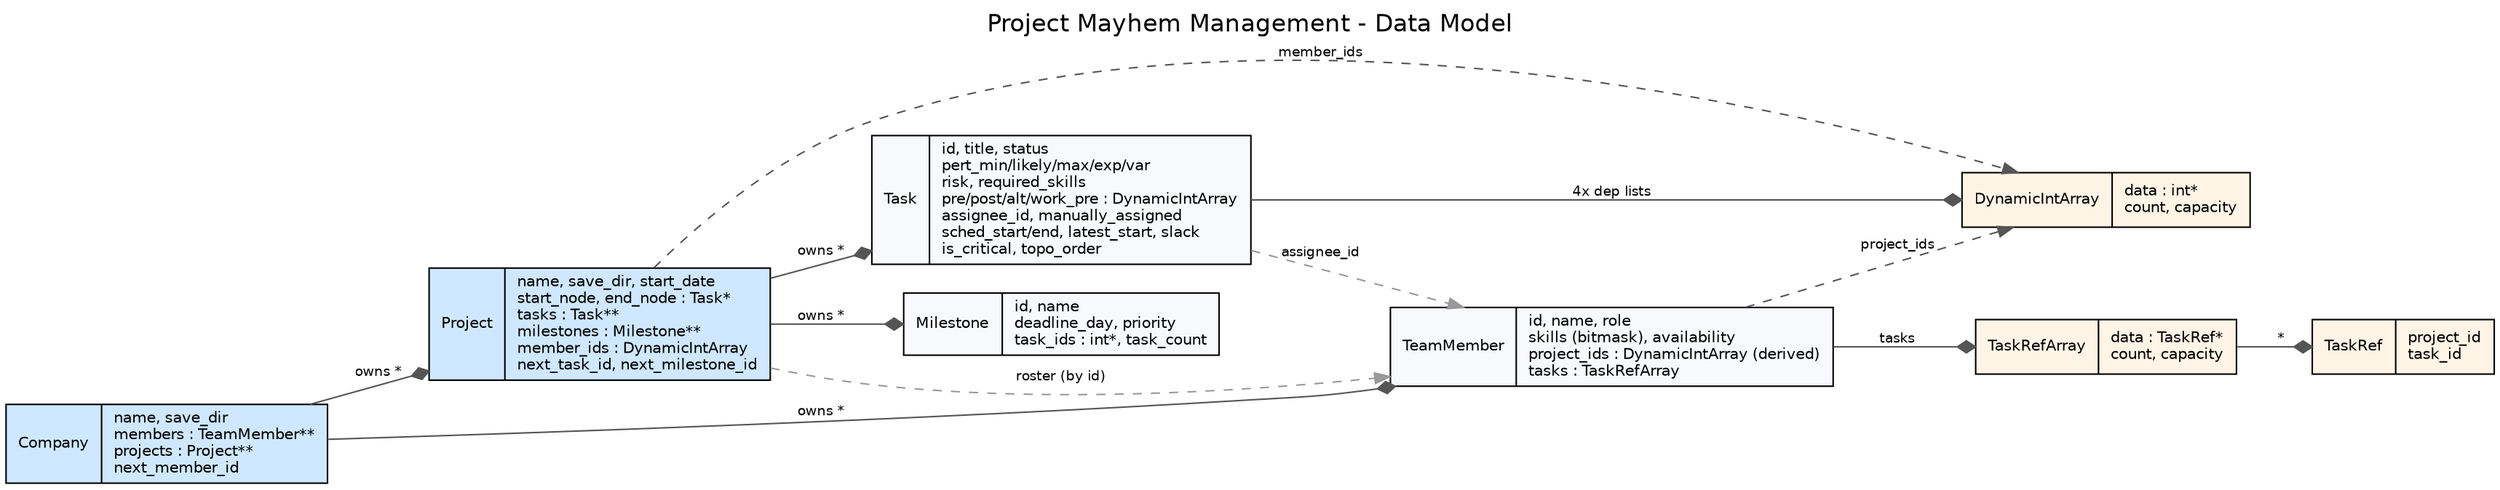
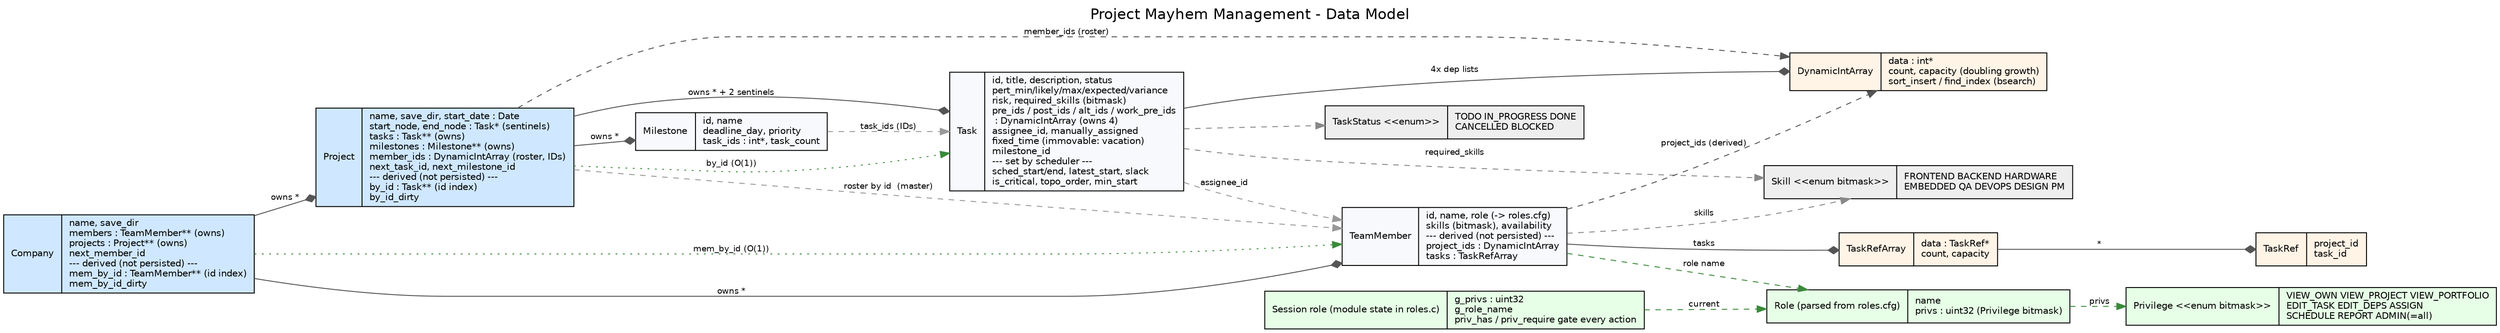
digraph datamodel {
  rankdir=LR;
  graph [fontname="Helvetica", label="Project Mayhem Management - Data Model", labelloc=t, fontsize=16];
  node [shape=record, fontname="Helvetica", fontsize=10, style=filled, fillcolor="#f7f9fc"];
  edge [fontname="Helvetica", fontsize=9, color="#555555"];

-   Company [fillcolor="#cfe8ff", label="{Company|name, save_dir\lmembers : TeamMember**\lprojects : Project**\lnext_member_id\l}"];
-   Project [fillcolor="#cfe8ff", label="{Project|name, save_dir, start_date\lstart_node, end_node : Task*\ltasks : Task**\lmilestones : Milestone**\lmember_ids : DynamicIntArray\lnext_task_id, next_milestone_id\l}"];
-   Task [label="{Task|id, title, status\lpert_min/likely/max/exp/var\lrisk, required_skills\lpre/post/alt/work_pre : DynamicIntArray\lassignee_id, manually_assigned\lsched_start/end, latest_start, slack\lis_critical, topo_order\l}"];
+   /* ---- owned aggregate structs (blue) ---- */
+   Company [fillcolor="#cfe8ff", label="{Company|name, save_dir\lmembers : TeamMember**  (owns)\lprojects : Project**  (owns)\lnext_member_id\l--- derived (not persisted) ---\lmem_by_id : TeamMember**  (id index)\lmem_by_id_dirty\l}"];
+   Project [fillcolor="#cfe8ff", label="{Project|name, save_dir, start_date : Date\lstart_node, end_node : Task*  (sentinels)\ltasks : Task**  (owns)\lmilestones : Milestone**  (owns)\lmember_ids : DynamicIntArray  (roster, IDs)\lnext_task_id, next_milestone_id\l--- derived (not persisted) ---\lby_id : Task**  (id index)\lby_id_dirty\l}"];
+   Task [label="{Task|id, title, description, status\lpert_min/likely/max/expected/variance\lrisk, required_skills (bitmask)\lpre_ids / post_ids / alt_ids / work_pre_ids\l    : DynamicIntArray  (owns 4)\lassignee_id, manually_assigned\lfixed_time  (immovable: vacation)\lmilestone_id\l--- set by scheduler ---\lsched_start/end, latest_start, slack\lis_critical, topo_order, min_start\l}"];
  Milestone [label="{Milestone|id, name\ldeadline_day, priority\ltask_ids : int*, task_count\l}"];
-   TeamMember [label="{TeamMember|id, name, role\lskills (bitmask), availability\lproject_ids : DynamicIntArray (derived)\ltasks : TaskRefArray\l}"];
-   DynamicIntArray [fillcolor="#fff4e6", label="{DynamicIntArray|data : int*\lcount, capacity\l}"];
+   TeamMember [label="{TeamMember|id, name, role  (-\> roles.cfg)\lskills (bitmask), availability\l--- derived (not persisted) ---\lproject_ids : DynamicIntArray\ltasks : TaskRefArray\l}"];
+ 
+   /* ---- generic containers (orange) ---- */
+   DynamicIntArray [fillcolor="#fff4e6", label="{DynamicIntArray|data : int*\lcount, capacity  (doubling growth)\lsort_insert / find_index (bsearch)\l}"];
  TaskRefArray [fillcolor="#fff4e6", label="{TaskRefArray|data : TaskRef*\lcount, capacity\l}"];
  TaskRef [fillcolor="#fff4e6", label="{TaskRef|project_id\ltask_id\l}"];

+   /* ---- access control (green) ---- */
+   Role [fillcolor="#e6ffe6", label="{Role  (parsed from roles.cfg)|name\lprivs : uint32  (Privilege bitmask)\l}"];
+   Privilege [fillcolor="#e6ffe6", label="{Privilege  &lt;&lt;enum bitmask&gt;&gt;|VIEW_OWN  VIEW_PROJECT  VIEW_PORTFOLIO\lEDIT_TASK  EDIT_DEPS  ASSIGN\lSCHEDULE  REPORT  ADMIN(=all)\l}"];
+   Session [fillcolor="#e6ffe6", label="{Session role  (module state in roles.c)|g_privs : uint32\lg_role_name\lpriv_has / priv_require gate every action\l}"];
+ 
+   /* ---- enums (grey) ---- */
+   TaskStatus [fillcolor="#eeeeee", label="{TaskStatus  &lt;&lt;enum&gt;&gt;|TODO  IN_PROGRESS  DONE\lCANCELLED  BLOCKED\l}"];
+   Skill [fillcolor="#eeeeee", label="{Skill  &lt;&lt;enum bitmask&gt;&gt;|FRONTEND  BACKEND  HARDWARE\lEMBEDDED  QA  DEVOPS  DESIGN  PM\l}"];
+ 
+   /* ---- ownership (filled diamond = composition, frees on destroy) ---- */
  Company -> TeamMember [arrowhead=diamond, label="owns *"];
  Company -> Project    [arrowhead=diamond, label="owns *"];
-   Project -> Task       [arrowhead=diamond, label="owns *"];
+   Project -> Task       [arrowhead=diamond, label="owns * + 2 sentinels"];
  Project -> Milestone  [arrowhead=diamond, label="owns *"];
  Task -> DynamicIntArray    [arrowhead=diamond, label="4x dep lists"];
  TeamMember -> TaskRefArray [arrowhead=diamond, label="tasks"];
  TaskRefArray -> TaskRef    [arrowhead=diamond, label="*"];

-   Project -> DynamicIntArray    [style=dashed, label="member_ids"];
-   TeamMember -> DynamicIntArray [style=dashed, label="project_ids"];
-   Project -> TeamMember [style=dashed, color="#999999", label="roster (by id)"];
-   Task -> TeamMember    [style=dashed, color="#999999", label="assignee_id"];
+   /* ---- references / derived (dashed, no ownership) ---- */
+   Project    -> DynamicIntArray [style=dashed, label="member_ids (roster)"];
+   TeamMember -> DynamicIntArray [style=dashed, label="project_ids (derived)"];
+   Project    -> TeamMember [style=dashed, color="#999999", label="roster by id  (master)"];
+   Task       -> TeamMember [style=dashed, color="#999999", label="assignee_id"];
+   Company    -> TeamMember [style=dotted, color="#3a8a3a", label="mem_by_id (O(1))"];
+   Project    -> Task       [style=dotted, color="#3a8a3a", label="by_id (O(1))"];
+ 
+   Task       -> TaskStatus [style=dashed, color="#888888"];
+   Task       -> Skill      [style=dashed, color="#888888", label="required_skills"];
+   TeamMember -> Skill      [style=dashed, color="#888888", label="skills"];
+   Milestone  -> Task       [style=dashed, color="#999999", label="task_ids (IDs)"];
+   TeamMember -> Role       [style=dashed, color="#3a8a3a", label="role name"];
+   Role       -> Privilege  [style=dashed, color="#3a8a3a", label="privs"];
+   Session    -> Role       [style=dashed, color="#3a8a3a", label="current"];
}
